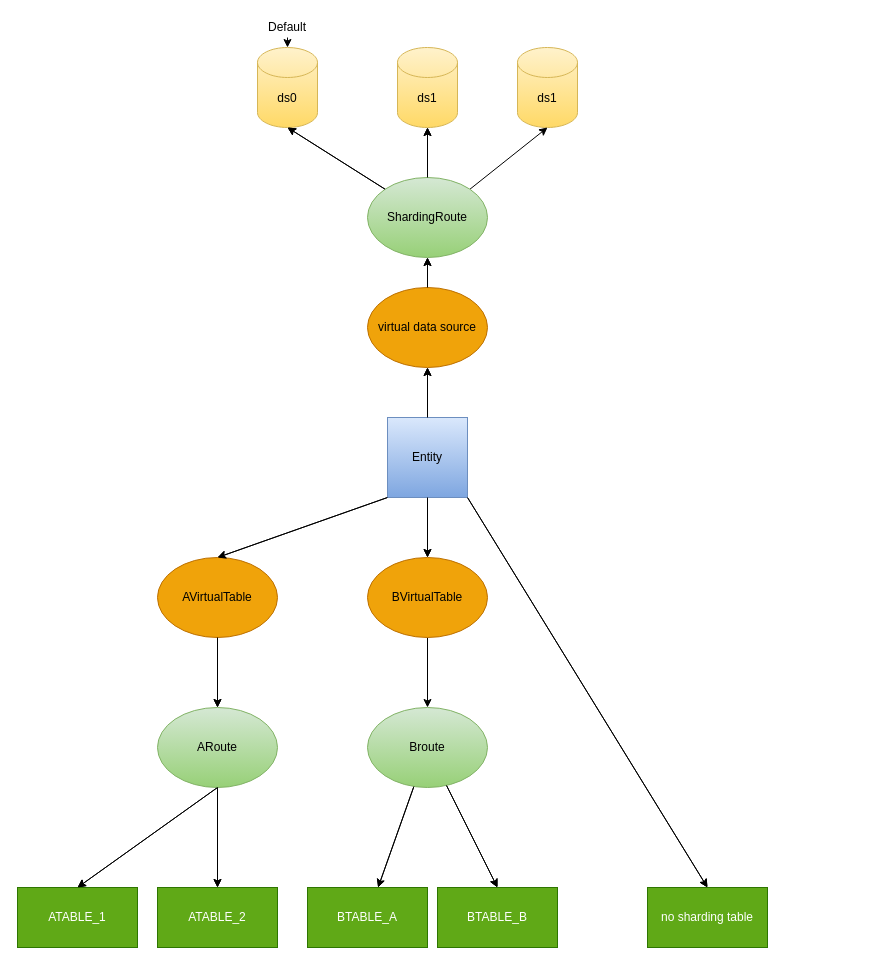
Earlier version of the draw.io diagram draws/architecture.drawio (dorisoy/Sharding-Core-Doc). Source tidied: cells renumbered, new cells numbered last; positions are measured from the earlier drawing's top-left corner, leaving out a move shared by most shapes. Both pictures are drawn from the tidied source at 100%, with x=0, y=0 at pixel (17, 17).
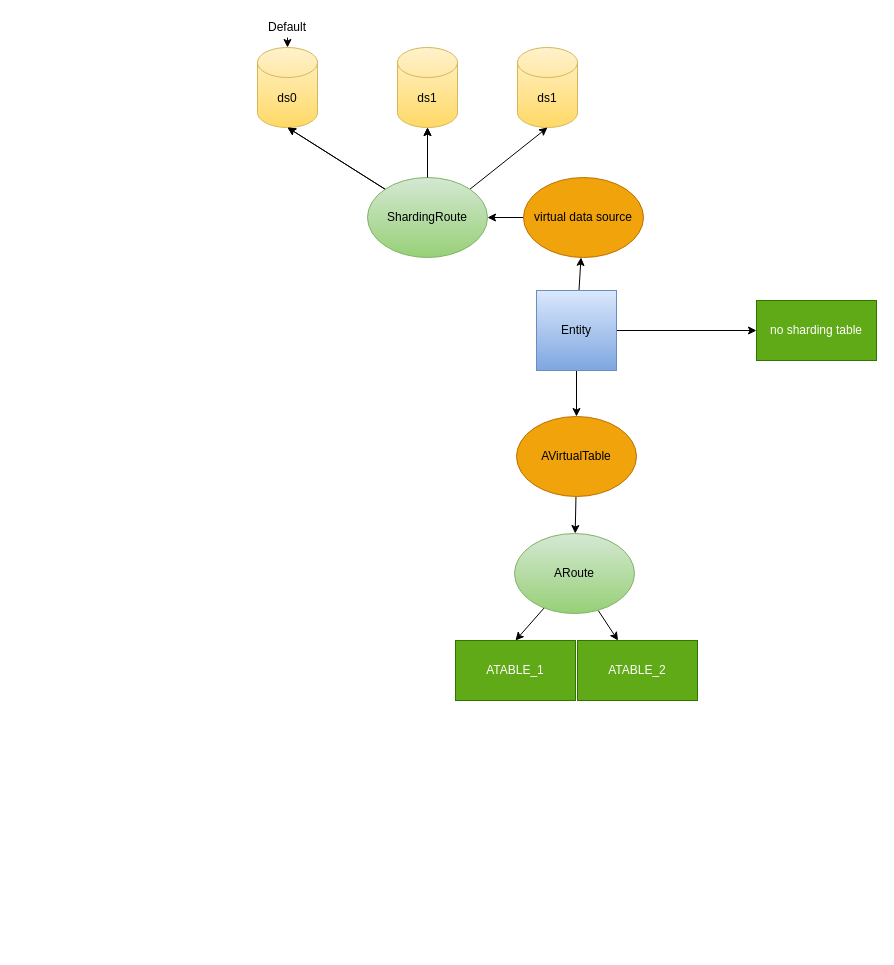
The same page after the edit.

The change refers to these unchanged cells:
```xml
<mxCell id="15" value="&lt;font color=&quot;#000000&quot;&gt;ShardingRoute&lt;/font&gt;" style="ellipse;whiteSpace=wrap;html=1;gradientColor=#97d077;fillColor=#d5e8d4;strokeColor=#82b366;" parent="1" vertex="1">
  <mxGeometry x="350" y="160" width="120" height="80" as="geometry" />
</mxCell>
```

Diff of the diagram source:
```diff
@@
-    <mxCell id="2" style="edgeStyle=none;html=1;exitX=0.5;exitY=0;exitDx=0;exitDy=0;entryX=0.5;entryY=1;entryDx=0;entryDy=0;" parent="1" edge="1" source="6" target="11">
+    <mxCell id="2" style="edgeStyle=none;html=1;strokeColor=#000000;" parent="1" edge="1" source="6" target="11">
       <mxGeometry relative="1" as="geometry" />
     </mxCell>
-    <mxCell id="3" style="edgeStyle=none;html=1;entryX=0.5;entryY=0;entryDx=0;entryDy=0;" parent="1" edge="1" source="6" target="19">
-      <mxGeometry relative="1" as="geometry" />
-    </mxCell>
-    <mxCell id="4" style="edgeStyle=none;html=1;exitX=0;exitY=1;exitDx=0;exitDy=0;entryX=0.5;entryY=0;entryDx=0;entryDy=0;" parent="1" edge="1" source="6" target="17">
+    <mxCell id="4" style="edgeStyle=none;html=1;entryX=0.5;entryY=0;entryDx=0;entryDy=0;strokeColor=#000000;" parent="1" edge="1" source="6" target="17">
       <mxGeometry relative="1" as="geometry" />
     </mxCell>
-    <mxCell id="5" style="edgeStyle=none;html=1;exitX=1;exitY=1;exitDx=0;exitDy=0;entryX=0.5;entryY=0;entryDx=0;entryDy=0;" parent="1" edge="1" source="6" target="26">
+    <mxCell id="5" style="edgeStyle=none;html=1;strokeColor=#000000;" parent="1" edge="1" source="6" target="26">
       <mxGeometry relative="1" as="geometry" />
     </mxCell>
     <mxCell id="6" value="&lt;font color=&quot;#000000&quot;&gt;Entity&lt;/font&gt;" style="whiteSpace=wrap;html=1;gradientColor=#7ea6e0;fillColor=#dae8fc;strokeColor=#6c8ebf;" parent="1" vertex="1">
-      <mxGeometry x="370" y="400" width="80" height="80" as="geometry" />
+      <mxGeometry x="519" y="273" width="80" height="80" as="geometry" />
     </mxCell>
@@
-    <mxCell id="10" style="edgeStyle=none;html=1;exitX=0.5;exitY=0;exitDx=0;exitDy=0;entryX=0.5;entryY=1;entryDx=0;entryDy=0;" parent="1" edge="1" source="11" target="15">
+    <mxCell id="10" style="edgeStyle=none;html=1;entryX=1;entryY=0.5;entryDx=0;entryDy=0;strokeColor=#000000;" parent="1" edge="1" source="11" target="15">
       <mxGeometry relative="1" as="geometry" />
     </mxCell>
     <mxCell id="11" value="virtual data source" style="ellipse;whiteSpace=wrap;html=1;fillColor=#f0a30a;strokeColor=#BD7000;fontColor=#000000;" parent="1" vertex="1">
-      <mxGeometry x="350" y="270" width="120" height="80" as="geometry" />
+      <mxGeometry x="506" y="160" width="120" height="80" as="geometry" />
     </mxCell>
@@
-    <mxCell id="16" style="edgeStyle=none;html=1;entryX=0.5;entryY=0;entryDx=0;entryDy=0;" parent="1" edge="1" source="17" target="22">
+    <mxCell id="16" style="edgeStyle=none;html=1;strokeColor=#000000;" parent="1" edge="1" source="17" target="22">
       <mxGeometry relative="1" as="geometry" />
     </mxCell>
     <mxCell id="17" value="AVirtualTable" style="ellipse;whiteSpace=wrap;html=1;fillColor=#f0a30a;strokeColor=#BD7000;fontColor=#000000;" parent="1" vertex="1">
-      <mxGeometry x="140" y="540" width="120" height="80" as="geometry" />
+      <mxGeometry x="499" y="399" width="120" height="80" as="geometry" />
     </mxCell>
-    <mxCell id="18" style="edgeStyle=none;html=1;entryX=0.5;entryY=0;entryDx=0;entryDy=0;strokeColor=#000000;" parent="1" edge="1" source="19" target="25">
-      <mxGeometry relative="1" as="geometry" />
-    </mxCell>
-    <mxCell id="19" value="BVirtualTable" style="ellipse;whiteSpace=wrap;html=1;fillColor=#f0a30a;strokeColor=#BD7000;fontColor=#000000;" parent="1" vertex="1">
-      <mxGeometry x="350" y="540" width="120" height="80" as="geometry" />
-    </mxCell>
-    <mxCell id="20" style="edgeStyle=none;html=1;entryX=0.5;entryY=0;entryDx=0;entryDy=0;exitX=0.5;exitY=1;exitDx=0;exitDy=0;" parent="1" edge="1" source="22" target="27">
+    <mxCell id="20" style="edgeStyle=none;html=1;entryX=0.5;entryY=0;entryDx=0;entryDy=0;strokeColor=#000000;" parent="1" edge="1" source="22" target="27">
       <mxGeometry relative="1" as="geometry" />
     </mxCell>
-    <mxCell id="21" style="edgeStyle=none;html=1;entryX=0.5;entryY=0;entryDx=0;entryDy=0;" parent="1" edge="1" source="22" target="28">
+    <mxCell id="21" style="edgeStyle=none;html=1;strokeColor=#000000;" parent="1" edge="1" source="22" target="28">
       <mxGeometry relative="1" as="geometry" />
     </mxCell>
     <mxCell id="22" value="&lt;font color=&quot;#000000&quot;&gt;ARoute&lt;/font&gt;" style="ellipse;whiteSpace=wrap;html=1;gradientColor=#97d077;fillColor=#d5e8d4;strokeColor=#82b366;" parent="1" vertex="1">
-      <mxGeometry x="140" y="690" width="120" height="80" as="geometry" />
+      <mxGeometry x="497" y="516" width="120" height="80" as="geometry" />
     </mxCell>
-    <mxCell id="23" style="edgeStyle=none;html=1;" parent="1" edge="1" source="25" target="29">
-      <mxGeometry relative="1" as="geometry" />
-    </mxCell>
-    <mxCell id="24" style="edgeStyle=none;html=1;entryX=0.5;entryY=0;entryDx=0;entryDy=0;" parent="1" edge="1" source="25" target="30">
-      <mxGeometry relative="1" as="geometry" />
-    </mxCell>
-    <mxCell id="25" value="&lt;font color=&quot;#000000&quot;&gt;Broute&lt;/font&gt;" style="ellipse;whiteSpace=wrap;html=1;gradientColor=#97d077;fillColor=#d5e8d4;strokeColor=#82b366;" parent="1" vertex="1">
-      <mxGeometry x="350" y="690" width="120" height="80" as="geometry" />
-    </mxCell>
     <mxCell id="26" value="no sharding table" style="rounded=0;whiteSpace=wrap;html=1;fillColor=#60a917;strokeColor=#2D7600;fontColor=#ffffff;" parent="1" vertex="1">
-      <mxGeometry x="630" y="870" width="120" height="60" as="geometry" />
+      <mxGeometry x="739" y="283" width="120" height="60" as="geometry" />
     </mxCell>
     <mxCell id="27" value="ATABLE_1" style="rounded=0;whiteSpace=wrap;html=1;fillColor=#60a917;strokeColor=#2D7600;fontColor=#ffffff;" parent="1" vertex="1">
-      <mxGeometry y="870" width="120" height="60" as="geometry" />
+      <mxGeometry x="438" y="623" width="120" height="60" as="geometry" />
     </mxCell>
     <mxCell id="28" value="ATABLE_2" style="rounded=0;whiteSpace=wrap;html=1;fillColor=#60a917;strokeColor=#2D7600;fontColor=#ffffff;" parent="1" vertex="1">
-      <mxGeometry x="140" y="870" width="120" height="60" as="geometry" />
+      <mxGeometry x="560" y="623" width="120" height="60" as="geometry" />
     </mxCell>
-    <mxCell id="29" value="BTABLE_A" style="rounded=0;whiteSpace=wrap;html=1;fillColor=#60a917;strokeColor=#2D7600;fontColor=#ffffff;" parent="1" vertex="1">
-      <mxGeometry x="290" y="870" width="120" height="60" as="geometry" />
-    </mxCell>
-    <mxCell id="30" value="BTABLE_B" style="rounded=0;whiteSpace=wrap;html=1;fillColor=#60a917;strokeColor=#2D7600;fontColor=#ffffff;" parent="1" vertex="1">
-      <mxGeometry x="420" y="870" width="120" height="60" as="geometry" />
-    </mxCell>
@@
-    <mxCell id="35" style="edgeStyle=none;html=1;exitX=0.5;exitY=0;exitDx=0;exitDy=0;entryX=0.5;entryY=1;entryDx=0;entryDy=0;strokeColor=#000000;" parent="1" edge="1">
-      <mxGeometry relative="1" as="geometry">
-        <mxPoint x="410" y="270" as="sourcePoint" />
-        <mxPoint x="410" y="240" as="targetPoint" />
-      </mxGeometry>
-    </mxCell>
-    <mxCell id="36" style="edgeStyle=none;html=1;exitX=1;exitY=1;exitDx=0;exitDy=0;entryX=0.5;entryY=0;entryDx=0;entryDy=0;strokeColor=#000000;" parent="1" edge="1">
-      <mxGeometry relative="1" as="geometry">
-        <mxPoint x="450" y="480" as="sourcePoint" />
-        <mxPoint x="690" y="870" as="targetPoint" />
-      </mxGeometry>
-    </mxCell>
-    <mxCell id="37" style="edgeStyle=none;html=1;entryX=0.5;entryY=0;entryDx=0;entryDy=0;strokeColor=#000000;" parent="1" edge="1">
-      <mxGeometry relative="1" as="geometry">
-        <mxPoint x="410" y="480" as="sourcePoint" />
-        <mxPoint x="410" y="540" as="targetPoint" />
-      </mxGeometry>
-    </mxCell>
-    <mxCell id="38" style="edgeStyle=none;html=1;exitX=0;exitY=1;exitDx=0;exitDy=0;entryX=0.5;entryY=0;entryDx=0;entryDy=0;strokeColor=#000000;" parent="1" edge="1">
-      <mxGeometry relative="1" as="geometry">
-        <mxPoint x="370" y="480" as="sourcePoint" />
-        <mxPoint x="200" y="540" as="targetPoint" />
-      </mxGeometry>
-    </mxCell>
-    <mxCell id="39" style="edgeStyle=none;html=1;exitX=0.5;exitY=0;exitDx=0;exitDy=0;entryX=0.5;entryY=1;entryDx=0;entryDy=0;strokeColor=#000000;" parent="1" edge="1">
-      <mxGeometry relative="1" as="geometry">
-        <mxPoint x="410" y="400" as="sourcePoint" />
-        <mxPoint x="410" y="350" as="targetPoint" />
-      </mxGeometry>
-    </mxCell>
-    <mxCell id="40" style="edgeStyle=none;html=1;entryX=0.5;entryY=0;entryDx=0;entryDy=0;strokeColor=#000000;" parent="1" edge="1">
-      <mxGeometry relative="1" as="geometry">
-        <mxPoint x="429" y="767.9" as="sourcePoint" />
-        <mxPoint x="480" y="870" as="targetPoint" />
-      </mxGeometry>
-    </mxCell>
-    <mxCell id="41" style="edgeStyle=none;html=1;strokeColor=#000000;" parent="1" edge="1">
-      <mxGeometry relative="1" as="geometry">
-        <mxPoint x="396.4" y="769" as="sourcePoint" />
-        <mxPoint x="360.6" y="870" as="targetPoint" />
-      </mxGeometry>
-    </mxCell>
-    <mxCell id="42" style="edgeStyle=none;html=1;entryX=0.5;entryY=0;entryDx=0;entryDy=0;strokeColor=#000000;" parent="1" edge="1">
-      <mxGeometry relative="1" as="geometry">
-        <mxPoint x="200" y="770" as="sourcePoint" />
-        <mxPoint x="200" y="870" as="targetPoint" />
-      </mxGeometry>
-    </mxCell>
-    <mxCell id="43" style="edgeStyle=none;html=1;entryX=0.5;entryY=0;entryDx=0;entryDy=0;exitX=0.5;exitY=1;exitDx=0;exitDy=0;strokeColor=#000000;" parent="1" edge="1">
-      <mxGeometry relative="1" as="geometry">
-        <mxPoint x="200" y="770" as="sourcePoint" />
-        <mxPoint x="60" y="870" as="targetPoint" />
-      </mxGeometry>
-    </mxCell>
-    <mxCell id="44" style="edgeStyle=none;html=1;entryX=0.5;entryY=0;entryDx=0;entryDy=0;strokeColor=#000000;" parent="1" edge="1">
-      <mxGeometry relative="1" as="geometry">
-        <mxPoint x="200" y="620" as="sourcePoint" />
-        <mxPoint x="200" y="690" as="targetPoint" />
-      </mxGeometry>
-    </mxCell>
```
